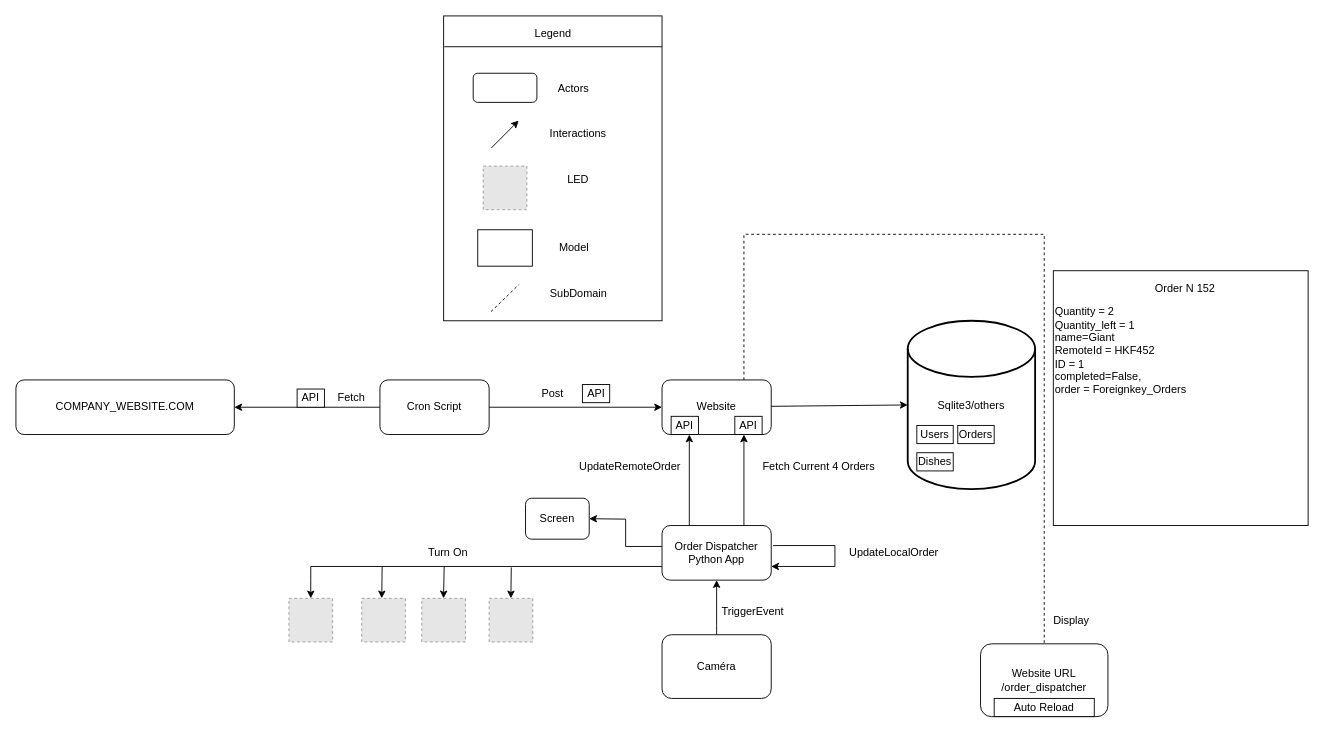
yishyu/NGUI-OrderDispatcher keeps this draw.io diagram as architecture/orderDispatcherWeb.drawio. Above is the earlier version. Source tidied: cells renumbered, new cells numbered last; positions are measured from the earlier drawing's top-left corner, leaving out a move shared by most shapes. Both pictures are drawn from the tidied source at 91%, with x=0, y=0 at pixel (15, 15). Pictures stored in the file or linked from it are replaced by grey dashed boxes.
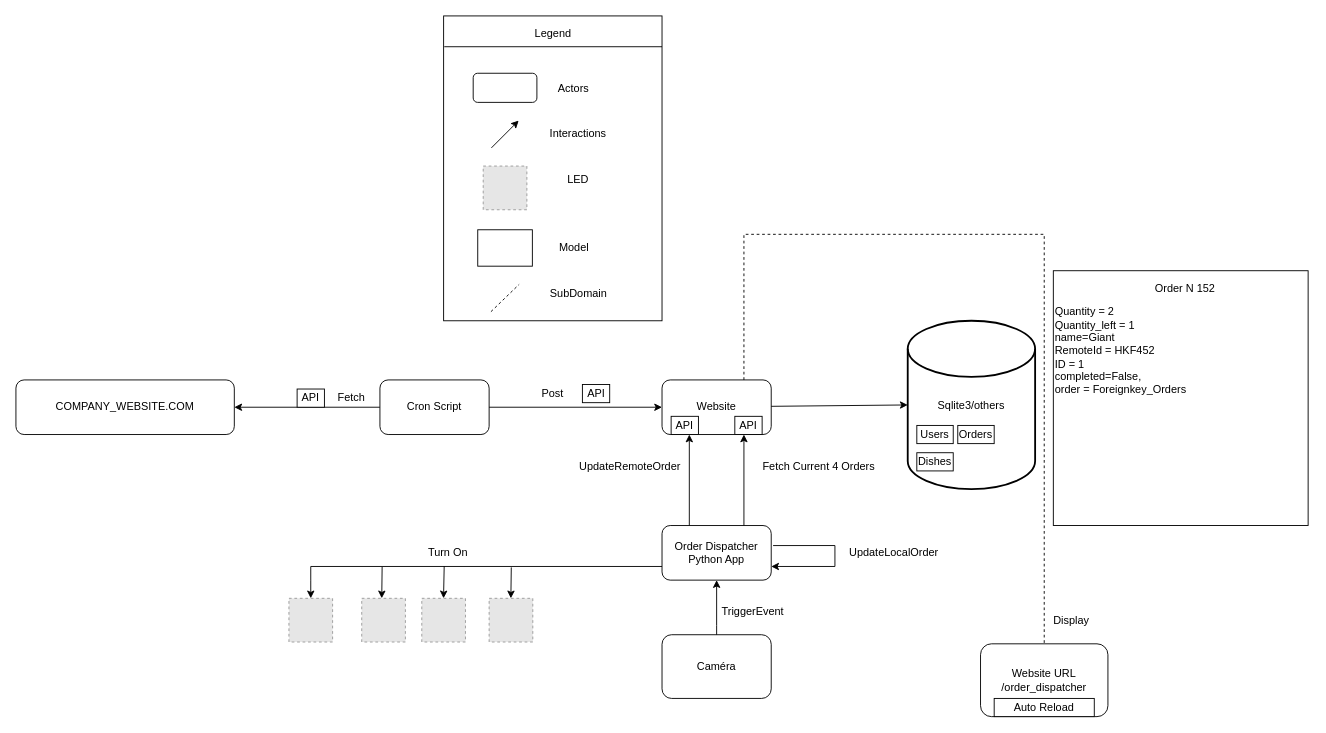
The same diagram, later.

Commit message (it also covers changes not shown here):
[Upd] architecture design

What changed in the source:
```diff
@@
-    <mxCell id="31" value="Screen" style="rounded=1;whiteSpace=wrap;html=1;" parent="1" vertex="1">
-      <mxGeometry x="560" y="530" width="70" height="45" as="geometry" />
-    </mxCell>
-    <mxCell id="32" style="endArrow=classic;html=1;rounded=0;entryX=1;entryY=0.5;entryDx=0;entryDy=0;" parent="1" edge="1" target="31">
-      <mxGeometry relative="1" as="geometry">
-        <mxPoint x="710" y="583" as="sourcePoint" />
-        <Array as="points">
-          <mxPoint x="670" y="583" />
-          <mxPoint x="670" y="553" />
-        </Array>
-      </mxGeometry>
-    </mxCell>
```
